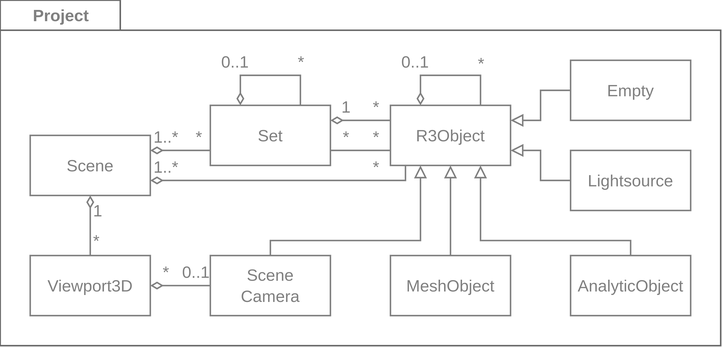
Above: wiki/MetaSceneGraph.svg in YoanWithY/kayo (draw.io), before the change. Source tidied: cells renumbered, new cells last; positions are measured from the earlier drawing's top-left corner, leaving out a move shared by most shapes.
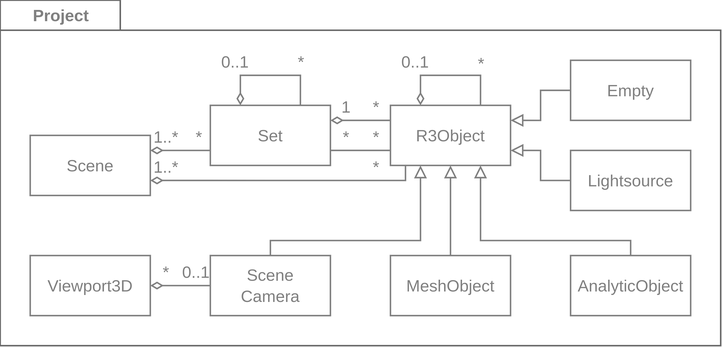
Later version of the same file.

Diff of the diagram source:
```diff
@@ -169,18 +169,5 @@
         <mxPoint x="-6" y="1" as="offset" />
       </mxGeometry>
     </mxCell>
-    <mxCell id="38" style="edgeStyle=orthogonalEdgeStyle;fontSize=11;endArrow=none;startArrow=diamondThin;rounded=0;startFill=0;fontColor=#808080;strokeColor=#808080;endFill=0;fontFamily=Helvetica;labelBorderColor=none;html=1;" parent="1" edge="1" source="26" target="27">
-      <mxGeometry relative="1" as="geometry" />
-    </mxCell>
-    <mxCell id="39" value="1" style="edgeLabel;align=left;verticalAlign=middle;fontColor=#808080;labelBackgroundColor=none;rounded=0;fontFamily=Helvetica;fontSize=11;labelBorderColor=none;html=1;" parent="38" vertex="1">
-      <mxGeometry x="-0.65" relative="1" as="geometry">
-        <mxPoint y="3" as="offset" />
-      </mxGeometry>
-    </mxCell>
-    <mxCell id="40" value="*" style="edgeLabel;align=left;verticalAlign=middle;labelBackgroundColor=none;fontColor=#808080;fontFamily=Helvetica;rounded=0;labelBorderColor=none;html=1;" parent="38" vertex="1">
-      <mxGeometry x="0.78" y="1" relative="1" as="geometry">
-        <mxPoint x="-1" y="-6" as="offset" />
-      </mxGeometry>
-    </mxCell>
   </root>
 </mxGraphModel>
```
